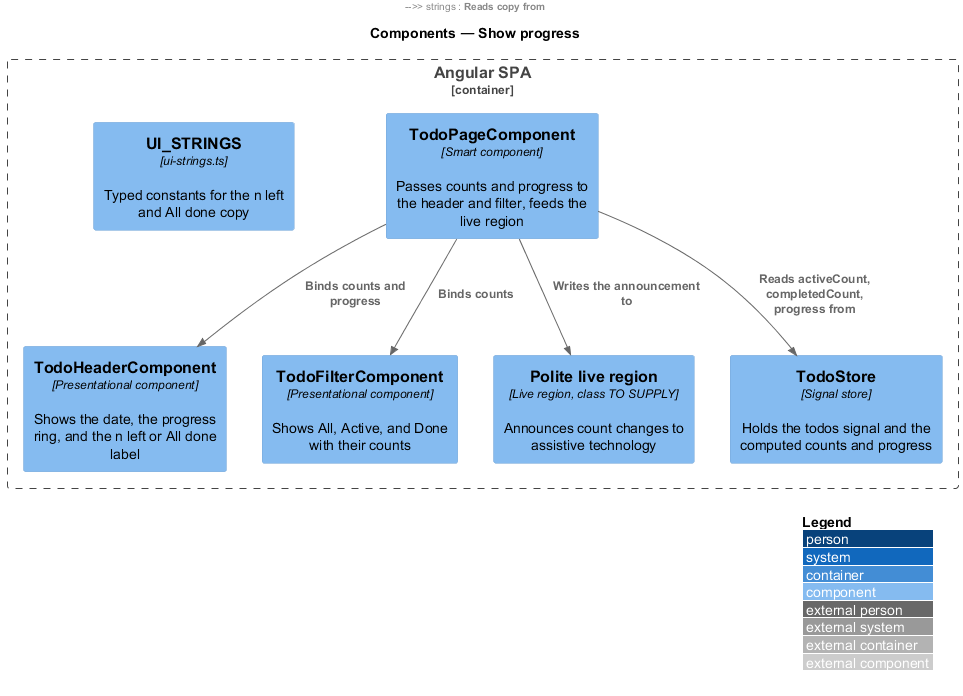
This is docs/detailed-designs/task-browsing/show-progress/diagrams/c4-component.png from QuinntyneBrown/php-todo-lab, a PlantUML export, as it was before one commit. Its diagram source:
```plantuml
@startuml
!include <C4/C4_Component>
LAYOUT_WITH_LEGEND()
title Components — Show progress

Container_Boundary(spa, "Angular SPA") {
  Component(page, "TodoPageComponent", "Smart component", "Passes counts and progress to the header and filter, feeds the live region")
  Component(header, "TodoHeaderComponent", "Presentational component", "Shows the date, the progress ring, and the n left or All done label")
  Component(filter, "TodoFilterComponent", "Presentational component", "Shows All, Active, and Done with their counts")
  Component(live, "Polite live region", "Live region, class TO SUPPLY", "Announces count changes to assistive technology")
  Component(store, "TodoStore", "Signal store", "Holds the todos signal and the computed counts and progress")
  Component(strings, "UI_STRINGS", "ui-strings.ts", "Typed constants for the n left and All done copy")
}

Rel(page, store, "Reads activeCount, completedCount, progress from")
Rel(page, header, "Binds counts and progress")
Rel(page, filter, "Binds counts")
Rel(page, live, "Writes the announcement to")
Rel(header, strings, "Reads copy from")
@enduml
```
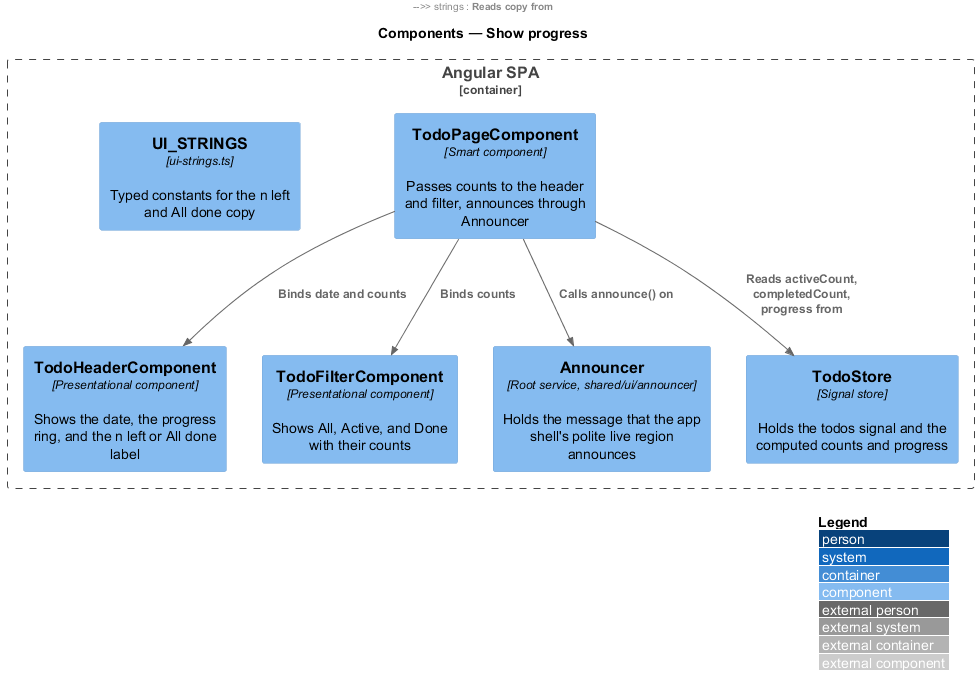
The same file after the commit.

The edit, as a diff of the source:
```diff
@@ -4,17 +4,17 @@
 title Components — Show progress
 
 Container_Boundary(spa, "Angular SPA") {
-  Component(page, "TodoPageComponent", "Smart component", "Passes counts and progress to the header and filter, feeds the live region")
+  Component(page, "TodoPageComponent", "Smart component", "Passes counts to the header and filter, announces through Announcer")
   Component(header, "TodoHeaderComponent", "Presentational component", "Shows the date, the progress ring, and the n left or All done label")
   Component(filter, "TodoFilterComponent", "Presentational component", "Shows All, Active, and Done with their counts")
-  Component(live, "Polite live region", "Live region, class TO SUPPLY", "Announces count changes to assistive technology")
+  Component(live, "Announcer", "Root service, shared/ui/announcer", "Holds the message that the app shell's polite live region announces")
   Component(store, "TodoStore", "Signal store", "Holds the todos signal and the computed counts and progress")
   Component(strings, "UI_STRINGS", "ui-strings.ts", "Typed constants for the n left and All done copy")
 }
 
 Rel(page, store, "Reads activeCount, completedCount, progress from")
-Rel(page, header, "Binds counts and progress")
+Rel(page, header, "Binds date and counts")
 Rel(page, filter, "Binds counts")
-Rel(page, live, "Writes the announcement to")
+Rel(page, live, "Calls announce() on")
 Rel(header, strings, "Reads copy from")
 @enduml
```
